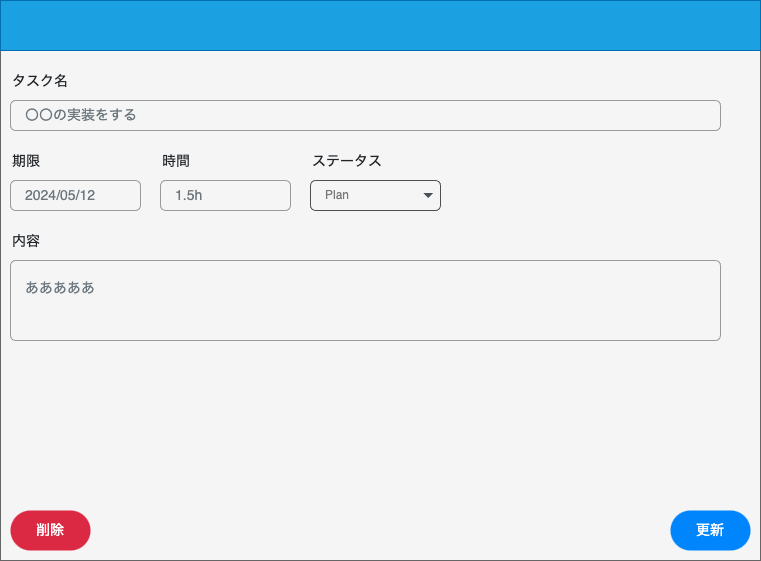
Before: screen_desgin/assets/task_edit.drawio.png, a diagram exported from draw.io (kanorix/task_management_app). Source tidied: cells renumbered, new cells last; positions are measured from the earlier drawing's top-left corner, leaving out a move shared by most shapes.
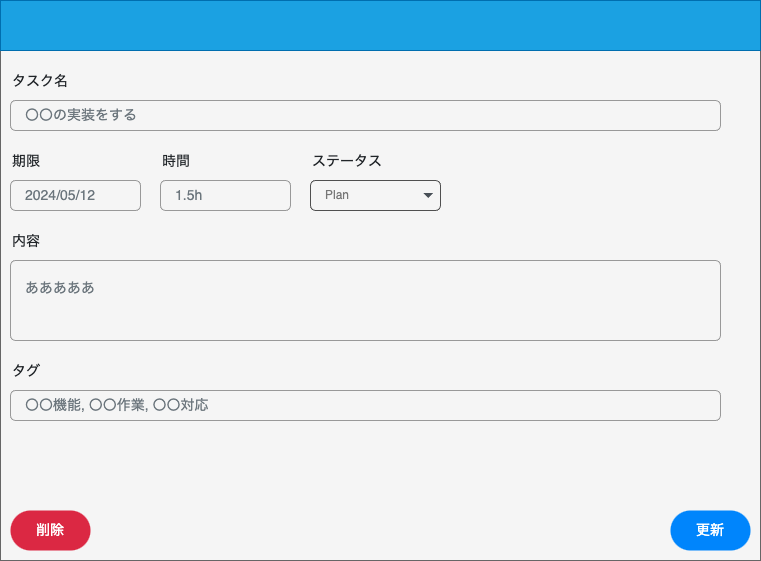
The same diagram one commit later.

The edit, as a diff of the source:
```diff
@@ -55,5 +55,11 @@
     <mxCell id="16" value="ステータス" style="fillColor=none;strokeColor=none;align=left;fontSize=14;fontColor=#212529;" parent="1" vertex="1">
       <mxGeometry x="310" y="140" width="130" height="40" as="geometry" />
     </mxCell>
+    <mxCell id="17" value="タグ" style="fillColor=none;strokeColor=none;align=left;fontSize=14;fontColor=#212529;" parent="1" vertex="1">
+      <mxGeometry x="10" y="350" width="260" height="40" as="geometry" />
+    </mxCell>
+    <mxCell id="18" value="〇〇機能, 〇〇作業, 〇〇対応" style="html=1;shadow=0;dashed=0;shape=mxgraph.bootstrap.rrect;rSize=5;fillColor=none;strokeColor=#999999;align=left;spacing=15;fontSize=14;fontColor=#6C767D;" parent="1" vertex="1">
+      <mxGeometry x="10" y="390" width="710" height="30" as="geometry" />
+    </mxCell>
   </root>
 </mxGraphModel>
```
